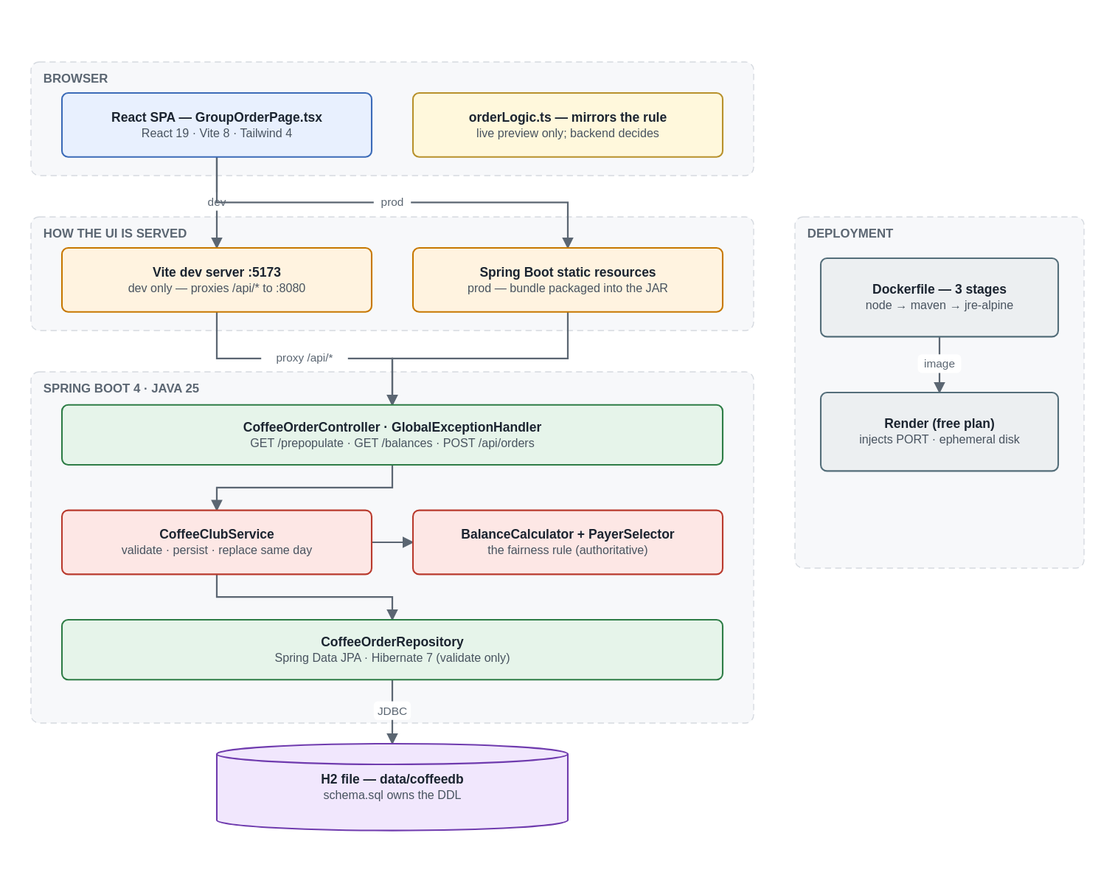
Earlier version of the draw.io export docs/system-architecture.drawio.svg (kuselj/hpe-morpheus-coffee-club). Source tidied: cells renumbered, new cells last; positions are measured from the earlier drawing's top-left corner, leaving out a move shared by most shapes.
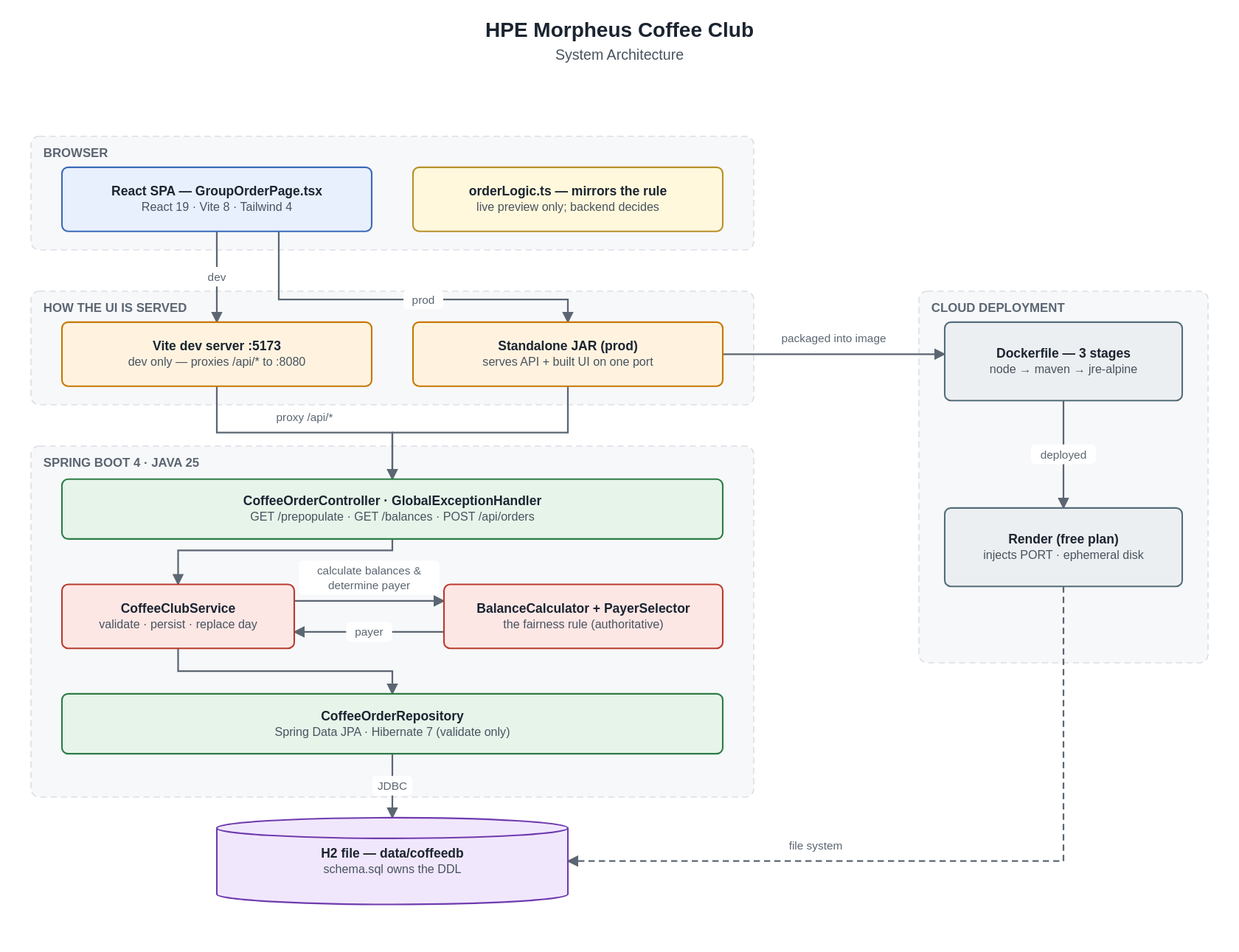
Later version of the same file.

The edit, as a diff of the source:
```diff
@@ -2,7 +2,10 @@
   <root>
     <mxCell id="0" />
     <mxCell id="1" parent="0" />
+    <mxCell id="26" value="&lt;b&gt;HPE Morpheus Coffee Club&lt;/b&gt;&lt;br&gt;&lt;font style=&quot;font-size:14px&quot;&gt;System Architecture&lt;/font&gt;" style="text;html=1;strokeColor=none;fillColor=none;align=center;verticalAlign=middle;fontSize=20;fontColor=#1B2430;" parent="1" vertex="1">
+      <mxGeometry y="-118" width="1140" height="50" as="geometry" />
+    </mxCell>
-    <mxCell id="2" value="&lt;b&gt;BROWSER&lt;/b&gt;" style="rounded=1;arcSize=8;whiteSpace=wrap;html=1;fillColor=#F7F8FA;strokeColor=#D6DAE0;fontColor=#1B2430;fontSize=12;align=center;verticalAlign=middle;dashed=1;verticalAlign=top;align=left;spacingLeft=10;spacingTop=4;fontStyle=1;" parent="1" vertex="1">
+    <mxCell id="2" value="&lt;b&gt;BROWSER&lt;/b&gt;" style="rounded=1;arcSize=8;whiteSpace=wrap;html=1;fillColor=#F7F8FA;strokeColor=#D6DAE0;fontColor=#1B2430;fontSize=12;dashed=1;verticalAlign=top;align=left;spacingLeft=10;spacingTop=4;fontStyle=1;" parent="1" vertex="1">
       <mxGeometry width="700" height="110" as="geometry" />
     </mxCell>
     <mxCell id="3" value="&lt;b&gt;React SPA — GroupOrderPage.tsx&lt;/b&gt;&lt;br&gt;React 19 · Vite 8 · Tailwind 4" style="rounded=1;arcSize=8;whiteSpace=wrap;html=1;fillColor=#E8F0FE;strokeColor=#3B6BB8;fontColor=#1B2430;fontSize=12;align=center;verticalAlign=middle;" parent="1" vertex="1">
@@ -11,26 +14,26 @@
     <mxCell id="4" value="&lt;b&gt;orderLogic.ts — mirrors the rule&lt;/b&gt;&lt;br&gt;live preview only; backend decides" style="rounded=1;arcSize=8;whiteSpace=wrap;html=1;fillColor=#FFF8DC;strokeColor=#B8912B;fontColor=#1B2430;fontSize=12;align=center;verticalAlign=middle;" parent="1" vertex="1">
       <mxGeometry x="370" y="30" width="300" height="62" as="geometry" />
     </mxCell>
-    <mxCell id="5" value="&lt;b&gt;HOW THE UI IS SERVED&lt;/b&gt;" style="rounded=1;arcSize=8;whiteSpace=wrap;html=1;fillColor=#F7F8FA;strokeColor=#D6DAE0;fontColor=#1B2430;fontSize=12;align=center;verticalAlign=middle;dashed=1;verticalAlign=top;align=left;spacingLeft=10;spacingTop=4;fontStyle=1;" parent="1" vertex="1">
+    <mxCell id="5" value="&lt;b&gt;HOW THE UI IS SERVED&lt;/b&gt;" style="rounded=1;arcSize=8;whiteSpace=wrap;html=1;fillColor=#F7F8FA;strokeColor=#D6DAE0;fontColor=#1B2430;fontSize=12;dashed=1;verticalAlign=top;align=left;spacingLeft=10;spacingTop=4;fontStyle=1;" parent="1" vertex="1">
       <mxGeometry y="150" width="700" height="110" as="geometry" />
     </mxCell>
     <mxCell id="6" value="&lt;b&gt;Vite dev server :5173&lt;/b&gt;&lt;br&gt;dev only — proxies /api/* to :8080" style="rounded=1;arcSize=8;whiteSpace=wrap;html=1;fillColor=#FFF3E0;strokeColor=#C77800;fontColor=#1B2430;fontSize=12;align=center;verticalAlign=middle;" parent="1" vertex="1">
       <mxGeometry x="30" y="180" width="300" height="62" as="geometry" />
     </mxCell>
-    <mxCell id="7" value="&lt;b&gt;Spring Boot static resources&lt;/b&gt;&lt;br&gt;prod — bundle packaged into the JAR" style="rounded=1;arcSize=8;whiteSpace=wrap;html=1;fillColor=#FFF3E0;strokeColor=#C77800;fontColor=#1B2430;fontSize=12;align=center;verticalAlign=middle;" parent="1" vertex="1">
-      <mxGeometry x="370" y="180" width="300" height="62" as="geometry" />
-    </mxCell>
+    <mxCell id="27" value="&lt;b&gt;Standalone JAR (prod)&lt;/b&gt;&lt;br&gt;serves API + built UI on one port" style="rounded=1;arcSize=8;whiteSpace=wrap;html=1;fillColor=#FFF3E0;strokeColor=#C77800;fontColor=#1B2430;fontSize=12;align=center;verticalAlign=middle;" parent="1" vertex="1">
+      <mxGeometry x="370" y="180" width="300" height="62" as="geometry" />
+    </mxCell>
-    <mxCell id="8" value="&lt;b&gt;SPRING BOOT 4 · JAVA 25&lt;/b&gt;" style="rounded=1;arcSize=8;whiteSpace=wrap;html=1;fillColor=#F7F8FA;strokeColor=#D6DAE0;fontColor=#1B2430;fontSize=12;align=center;verticalAlign=middle;dashed=1;verticalAlign=top;align=left;spacingLeft=10;spacingTop=4;fontStyle=1;" parent="1" vertex="1">
+    <mxCell id="8" value="&lt;b&gt;SPRING BOOT 4 · JAVA 25&lt;/b&gt;" style="rounded=1;arcSize=8;whiteSpace=wrap;html=1;fillColor=#F7F8FA;strokeColor=#D6DAE0;fontColor=#1B2430;fontSize=12;dashed=1;verticalAlign=top;align=left;spacingLeft=10;spacingTop=4;fontStyle=1;" parent="1" vertex="1">
       <mxGeometry y="300" width="700" height="340" as="geometry" />
     </mxCell>
     <mxCell id="9" value="&lt;b&gt;CoffeeOrderController  ·  GlobalExceptionHandler&lt;/b&gt;&lt;br&gt;GET /prepopulate · GET /balances · POST /api/orders" style="rounded=1;arcSize=8;whiteSpace=wrap;html=1;fillColor=#E6F4EA;strokeColor=#2E7D46;fontColor=#1B2430;fontSize=12;align=center;verticalAlign=middle;" parent="1" vertex="1">
       <mxGeometry x="30" y="332" width="640" height="58" as="geometry" />
     </mxCell>
-    <mxCell id="10" value="&lt;b&gt;CoffeeClubService&lt;/b&gt;&lt;br&gt;validate · persist · replace same day" style="rounded=1;arcSize=8;whiteSpace=wrap;html=1;fillColor=#FDE7E5;strokeColor=#B93A2D;fontColor=#1B2430;fontSize=12;align=center;verticalAlign=middle;" parent="1" vertex="1">
-      <mxGeometry x="30" y="434" width="300" height="62" as="geometry" />
+    <mxCell id="10" value="&lt;b&gt;CoffeeClubService&lt;/b&gt;&lt;br&gt;validate · persist · replace day" style="rounded=1;arcSize=8;whiteSpace=wrap;html=1;fillColor=#FDE7E5;strokeColor=#B93A2D;fontColor=#1B2430;fontSize=12;align=center;verticalAlign=middle;" parent="1" vertex="1">
+      <mxGeometry x="30" y="434" width="225" height="62" as="geometry" />
     </mxCell>
     <mxCell id="11" value="&lt;b&gt;BalanceCalculator + PayerSelector&lt;/b&gt;&lt;br&gt;the fairness rule (authoritative)" style="rounded=1;arcSize=8;whiteSpace=wrap;html=1;fillColor=#FDE7E5;strokeColor=#B93A2D;fontColor=#1B2430;fontSize=12;align=center;verticalAlign=middle;" parent="1" vertex="1">
-      <mxGeometry x="370" y="434" width="300" height="62" as="geometry" />
+      <mxGeometry x="400" y="434" width="270" height="62" as="geometry" />
     </mxCell>
     <mxCell id="12" value="&lt;b&gt;CoffeeOrderRepository&lt;/b&gt;&lt;br&gt;Spring Data JPA · Hibernate 7 (validate only)" style="rounded=1;arcSize=8;whiteSpace=wrap;html=1;fillColor=#E6F4EA;strokeColor=#2E7D46;fontColor=#1B2430;fontSize=12;align=center;verticalAlign=middle;" parent="1" vertex="1">
       <mxGeometry x="30" y="540" width="640" height="58" as="geometry" />
@@ -38,41 +41,54 @@
     <mxCell id="13" value="&lt;b&gt;H2 file — data/coffeedb&lt;/b&gt;&lt;br&gt;schema.sql owns the DDL" style="shape=cylinder3;boundedLbl=1;backgroundOutline=1;size=12;whiteSpace=wrap;html=1;fillColor=#F1E7FD;strokeColor=#6F3BAE;fontColor=#1B2430;fontSize=12;align=center;verticalAlign=middle;" parent="1" vertex="1">
       <mxGeometry x="180" y="660" width="340" height="84" as="geometry" />
     </mxCell>
-    <mxCell id="14" value="&lt;b&gt;DEPLOYMENT&lt;/b&gt;" style="rounded=1;arcSize=8;whiteSpace=wrap;html=1;fillColor=#F7F8FA;strokeColor=#D6DAE0;fontColor=#1B2430;fontSize=12;align=center;verticalAlign=middle;dashed=1;verticalAlign=top;align=left;spacingLeft=10;spacingTop=4;fontStyle=1;" parent="1" vertex="1">
-      <mxGeometry x="740" y="150" width="280" height="340" as="geometry" />
+    <mxCell id="14" value="&lt;b&gt;CLOUD DEPLOYMENT&lt;/b&gt;" style="rounded=1;arcSize=8;whiteSpace=wrap;html=1;fillColor=#F7F8FA;strokeColor=#D6DAE0;fontColor=#1B2430;fontSize=12;dashed=1;verticalAlign=top;align=left;spacingLeft=10;spacingTop=4;fontStyle=1;" parent="1" vertex="1">
+      <mxGeometry x="860" y="150" width="280" height="360" as="geometry" />
     </mxCell>
     <mxCell id="15" value="&lt;b&gt;Dockerfile — 3 stages&lt;/b&gt;&lt;br&gt;node → maven → jre-alpine" style="rounded=1;arcSize=8;whiteSpace=wrap;html=1;fillColor=#ECEFF1;strokeColor=#546E7A;fontColor=#1B2430;fontSize=12;align=center;verticalAlign=middle;" parent="1" vertex="1">
-      <mxGeometry x="765" y="190" width="230" height="76" as="geometry" />
+      <mxGeometry x="885" y="180" width="230" height="76" as="geometry" />
     </mxCell>
     <mxCell id="16" value="&lt;b&gt;Render (free plan)&lt;/b&gt;&lt;br&gt;injects PORT · ephemeral disk" style="rounded=1;arcSize=8;whiteSpace=wrap;html=1;fillColor=#ECEFF1;strokeColor=#546E7A;fontColor=#1B2430;fontSize=12;align=center;verticalAlign=middle;" parent="1" vertex="1">
-      <mxGeometry x="765" y="320" width="230" height="76" as="geometry" />
+      <mxGeometry x="885" y="360" width="230" height="76" as="geometry" />
     </mxCell>
-    <mxCell id="17" value="dev" style="edgeStyle=orthogonalEdgeStyle;rounded=1;html=1;exitX=0.5;exitY=1;entryX=0.5;entryY=0;strokeColor=#5B6672;fontColor=#1B2430;fontSize=11;" parent="1" edge="1" source="3" target="6">
+    <mxCell id="17" value="dev" style="edgeStyle=orthogonalEdgeStyle;rounded=1;html=1;exitX=0.500;exitY=1;entryX=0.5;entryY=0;strokeColor=#5B6672;fontColor=#1B2430;fontSize=11;labelBackgroundColor=#FFFFFF;" parent="1" edge="1" source="3" target="6">
       <mxGeometry relative="1" as="geometry" />
     </mxCell>
-    <mxCell id="18" value="prod" style="edgeStyle=orthogonalEdgeStyle;rounded=1;html=1;exitX=0.5;exitY=1;entryX=0.5;entryY=0;strokeColor=#5B6672;fontColor=#1B2430;fontSize=11;" parent="1" edge="1" source="3" target="7">
+    <mxCell id="18" value="prod" style="edgeStyle=orthogonalEdgeStyle;rounded=1;html=1;exitX=0.700;exitY=1;entryX=0.5;entryY=0;strokeColor=#5B6672;fontColor=#1B2430;fontSize=11;labelBackgroundColor=#FFFFFF;" parent="1" edge="1" source="3" target="27">
       <mxGeometry relative="1" as="geometry" />
     </mxCell>
-    <mxCell id="19" value="proxy /api/*" style="edgeStyle=orthogonalEdgeStyle;rounded=1;html=1;exitX=0.5;exitY=1;entryX=0.5;entryY=0;strokeColor=#5B6672;fontColor=#1B2430;fontSize=11;" parent="1" edge="1" source="6" target="9">
+    <mxCell id="19" value="proxy /api/*" style="edgeStyle=orthogonalEdgeStyle;rounded=1;html=1;exitX=0.500;exitY=1;entryX=0.5;entryY=0;strokeColor=#5B6672;fontColor=#1B2430;fontSize=11;labelBackgroundColor=#FFFFFF;verticalAlign=bottom;" parent="1" edge="1" source="6" target="9">
       <mxGeometry relative="1" as="geometry" />
     </mxCell>
-    <mxCell id="20" style="edgeStyle=orthogonalEdgeStyle;rounded=1;html=1;exitX=0.5;exitY=1;entryX=0.5;entryY=0;strokeColor=#5B6672;fontColor=#1B2430;fontSize=11;" parent="1" edge="1" source="7" target="9">
+    <mxCell id="20" style="edgeStyle=orthogonalEdgeStyle;rounded=1;html=1;exitX=0.500;exitY=1;entryX=0.5;entryY=0;strokeColor=#5B6672;fontColor=#1B2430;fontSize=11;labelBackgroundColor=#FFFFFF;" parent="1" edge="1" source="27" target="9">
       <mxGeometry relative="1" as="geometry" />
     </mxCell>
-    <mxCell id="21" style="edgeStyle=orthogonalEdgeStyle;rounded=1;html=1;exitX=0.5;exitY=1;entryX=0.5;entryY=0;strokeColor=#5B6672;fontColor=#1B2430;fontSize=11;" parent="1" edge="1" source="9" target="10">
+    <mxCell id="21" style="edgeStyle=orthogonalEdgeStyle;rounded=1;html=1;exitX=0.500;exitY=1;entryX=0.5;entryY=0;strokeColor=#5B6672;fontColor=#1B2430;fontSize=11;labelBackgroundColor=#FFFFFF;" parent="1" edge="1" source="9" target="10">
       <mxGeometry relative="1" as="geometry" />
     </mxCell>
-    <mxCell id="22" style="edgeStyle=orthogonalEdgeStyle;rounded=1;html=1;exitX=1;exitY=0.5;entryX=0;entryY=0.5;strokeColor=#5B6672;fontColor=#1B2430;fontSize=11;" parent="1" edge="1" source="10" target="11">
+    <mxCell id="22" value="calculate balances &amp;&lt;br&gt;determine payer" style="edgeStyle=orthogonalEdgeStyle;rounded=1;html=1;exitX=1;exitY=0.258;entryX=0;entryY=0.258;strokeColor=#5B6672;fontColor=#1B2430;fontSize=11;labelBackgroundColor=#FFFFFF;verticalAlign=bottom;" parent="1" edge="1" source="10" target="11">
       <mxGeometry relative="1" as="geometry" />
     </mxCell>
-    <mxCell id="23" style="edgeStyle=orthogonalEdgeStyle;rounded=1;html=1;exitX=0.5;exitY=1;entryX=0.5;entryY=0;strokeColor=#5B6672;fontColor=#1B2430;fontSize=11;" parent="1" edge="1" source="10" target="12">
+    <mxCell id="23" value="payer" style="edgeStyle=orthogonalEdgeStyle;rounded=1;html=1;exitX=0;exitY=0.742;entryX=1;entryY=0.742;strokeColor=#5B6672;fontColor=#1B2430;fontSize=11;labelBackgroundColor=#FFFFFF;" parent="1" edge="1" source="11" target="10">
       <mxGeometry relative="1" as="geometry" />
     </mxCell>
-    <mxCell id="24" value="JDBC" style="edgeStyle=orthogonalEdgeStyle;rounded=1;html=1;exitX=0.5;exitY=1;entryX=0.5;entryY=0;strokeColor=#5B6672;fontColor=#1B2430;fontSize=11;" parent="1" edge="1" source="12" target="13">
+    <mxCell id="24" style="edgeStyle=orthogonalEdgeStyle;rounded=1;html=1;exitX=0.500;exitY=1;entryX=0.5;entryY=0;strokeColor=#5B6672;fontColor=#1B2430;fontSize=11;labelBackgroundColor=#FFFFFF;" parent="1" edge="1" source="10" target="12">
       <mxGeometry relative="1" as="geometry" />
     </mxCell>
-    <mxCell id="25" value="image" style="edgeStyle=orthogonalEdgeStyle;rounded=1;html=1;exitX=0.5;exitY=1;entryX=0.5;entryY=0;strokeColor=#5B6672;fontColor=#1B2430;fontSize=11;" parent="1" edge="1" source="15" target="16">
+    <mxCell id="25" value="JDBC" style="edgeStyle=orthogonalEdgeStyle;rounded=1;html=1;exitX=0.500;exitY=1;entryX=0.5;entryY=0;strokeColor=#5B6672;fontColor=#1B2430;fontSize=11;labelBackgroundColor=#FFFFFF;" parent="1" edge="1" source="12" target="13">
       <mxGeometry relative="1" as="geometry" />
     </mxCell>
+    <mxCell id="28" value="packaged into image" style="edgeStyle=orthogonalEdgeStyle;rounded=1;html=1;exitX=1;exitY=0.500;entryX=0;entryY=0.500;strokeColor=#5B6672;fontColor=#1B2430;fontSize=11;labelBackgroundColor=#FFFFFF;verticalAlign=bottom;" parent="1" edge="1" source="27" target="15">
+      <mxGeometry relative="1" as="geometry" />
+    </mxCell>
+    <mxCell id="29" value="deployed" style="edgeStyle=orthogonalEdgeStyle;rounded=1;html=1;exitX=0.500;exitY=1;entryX=0.5;entryY=0;strokeColor=#5B6672;fontColor=#1B2430;fontSize=11;labelBackgroundColor=#FFFFFF;" parent="1" edge="1" source="15" target="16">
+      <mxGeometry relative="1" as="geometry" />
+    </mxCell>
+    <mxCell id="30" value="file system" style="edgeStyle=orthogonalEdgeStyle;rounded=1;html=1;exitX=0.5;exitY=1;entryX=1;entryY=0.5;strokeColor=#5B6672;fontColor=#1B2430;fontSize=11;labelBackgroundColor=#FFFFFF;verticalAlign=bottom;dashed=1;" parent="1" edge="1" source="16" target="13">
+      <mxGeometry relative="1" as="geometry">
+        <Array as="points">
+          <mxPoint x="1000" y="702" />
+        </Array>
+      </mxGeometry>
+    </mxCell>
   </root>
 </mxGraphModel>
```
